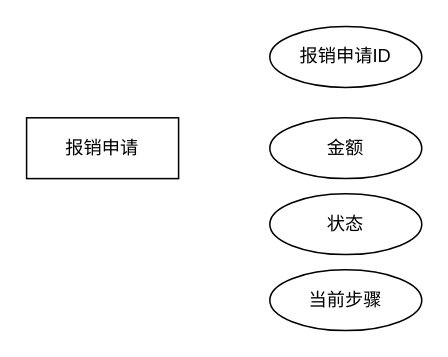
hyf212/Test keeps this draw.io diagram as 未命名绘图.drawio. Above is the earlier version. Source tidied: cells renumbered, new cells numbered last; positions are measured from the earlier drawing's top-left corner, leaving out a move shared by most shapes. Both pictures are drawn from the tidied source at 152%, with x=0, y=0 at pixel (26, 26).
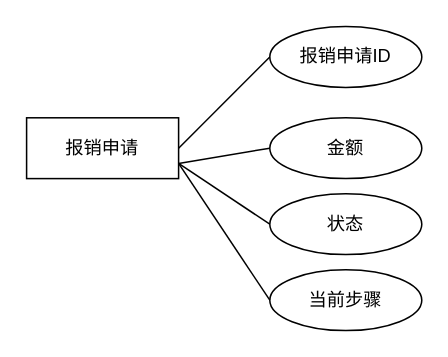
The same diagram, later.

Change to the diagram source:
```diff
@@
 <mxGraphModel>
   <root>
     <mxCell id="0" />
     <mxCell id="1" parent="0" />
     <mxCell id="2" value="报销申请" style="whiteSpace=wrap;html=1;align=center;" parent="1" vertex="1">
       <mxGeometry y="60" width="100" height="40" as="geometry" />
     </mxCell>
     <mxCell id="3" value="报销申请ID" style="ellipse;whiteSpace=wrap;html=1;align=center;" parent="1" vertex="1">
       <mxGeometry x="160" width="100" height="40" as="geometry" />
     </mxCell>
     <mxCell id="4" value="金额" style="ellipse;whiteSpace=wrap;html=1;align=center;" parent="1" vertex="1">
       <mxGeometry x="160" y="60" width="100" height="40" as="geometry" />
     </mxCell>
     <mxCell id="5" value="状态" style="ellipse;whiteSpace=wrap;html=1;align=center;" parent="1" vertex="1">
       <mxGeometry x="160" y="110" width="100" height="40" as="geometry" />
     </mxCell>
     <mxCell id="6" value="当前步骤" style="ellipse;whiteSpace=wrap;html=1;align=center;" parent="1" vertex="1">
       <mxGeometry x="160" y="160" width="100" height="40" as="geometry" />
     </mxCell>
+    <mxCell id="7" style="endArrow=none;html=1;rounded=0;entryX=0;entryY=0.5;entryDx=0;entryDy=0;" parent="1" edge="1" target="3">
+      <mxGeometry relative="1" as="geometry">
+        <mxPoint x="100" y="80" as="sourcePoint" />
+      </mxGeometry>
+    </mxCell>
+    <mxCell id="8" style="endArrow=none;html=1;rounded=0;exitX=1;exitY=0.75;exitDx=0;exitDy=0;entryX=0;entryY=0.5;entryDx=0;entryDy=0;" parent="1" edge="1" source="2" target="6">
+      <mxGeometry relative="1" as="geometry" />
+    </mxCell>
+    <mxCell id="9" style="endArrow=none;html=1;rounded=0;entryX=0;entryY=0.5;entryDx=0;entryDy=0;" parent="1" edge="1" target="4">
+      <mxGeometry relative="1" as="geometry">
+        <mxPoint x="100" y="90" as="sourcePoint" />
+      </mxGeometry>
+    </mxCell>
+    <mxCell id="10" style="endArrow=none;html=1;rounded=0;exitX=1;exitY=0.75;exitDx=0;exitDy=0;entryX=0;entryY=0.5;entryDx=0;entryDy=0;" parent="1" edge="1" source="2" target="5">
+      <mxGeometry relative="1" as="geometry" />
+    </mxCell>
   </root>
 </mxGraphModel>
```
